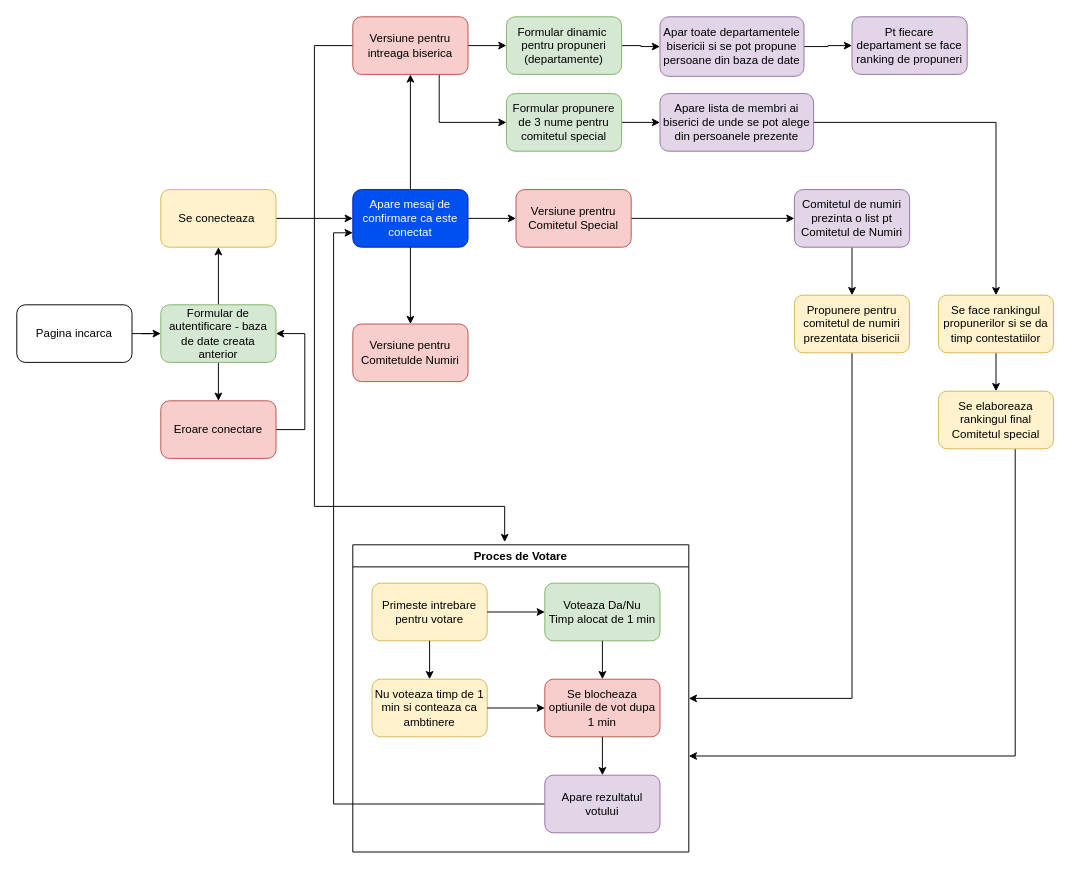
Earlier version of the draw.io diagram .github/Diagrama sin título.drawio (BogdanNecatu/diagramas). Source tidied: cells renumbered, new cells numbered last; positions are measured from the earlier drawing's top-left corner, leaving out a move shared by most shapes. Both pictures are drawn from the tidied source at 96%, with x=0, y=0 at pixel (16, 16).
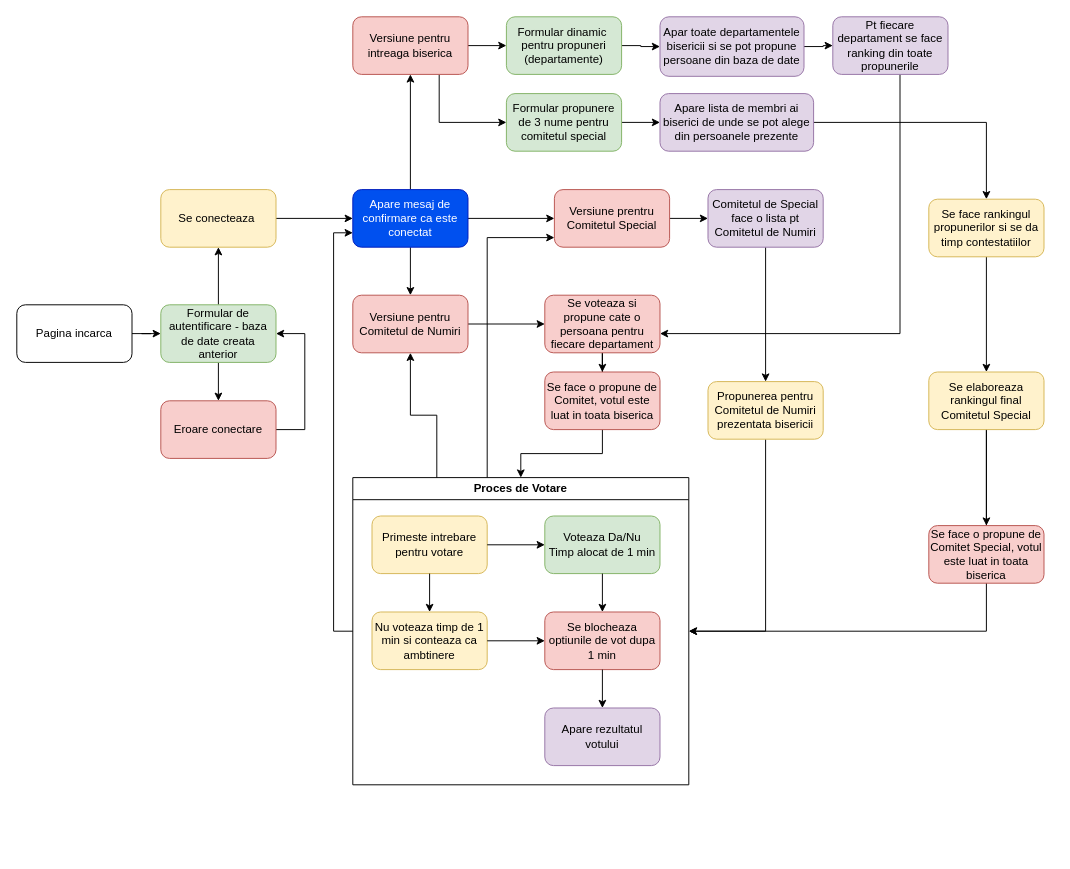
The same diagram, later.

Unchanged cells that the change refers to:
```xml
<mxCell id="12" value="Apare mesaj de confirmare ca este conectat" style="whiteSpace=wrap;html=1;rounded=1;fillColor=#0050ef;strokeColor=#001DBC;fontColor=#ffffff;" parent="1" vertex="1">
  <mxGeometry x="350" y="180" width="120" height="60" as="geometry" />
</mxCell>
<mxCell id="19" value="Apare lista de membri ai biserici de unde se pot alege din persoanele prezente" style="whiteSpace=wrap;html=1;fillColor=#e1d5e7;strokeColor=#9673a6;rounded=1;" parent="1" vertex="1">
  <mxGeometry x="670" y="80" width="160" height="60" as="geometry" />
</mxCell>
<mxCell id="36" value="Versiune pentru intreaga biserica" style="whiteSpace=wrap;html=1;fillColor=#f8cecc;strokeColor=#b85450;rounded=1;" parent="1" vertex="1">
  <mxGeometry x="350" width="120" height="60" as="geometry" />
</mxCell>
<mxCell id="43" value="Apare rezultatul votului" style="whiteSpace=wrap;html=1;fillColor=#e1d5e7;strokeColor=#9673a6;rounded=1;" parent="37" vertex="1">
  <mxGeometry x="200" y="240" width="120" height="60" as="geometry" />
</mxCell>
<mxCell id="48" value="Proces de Votare" style="swimlane;whiteSpace=wrap;html=1;" parent="37" vertex="1">
  <mxGeometry width="350" height="320" as="geometry" />
</mxCell>
```

Change to the diagram source:
```diff
@@
-    <mxCell id="15" style="edgeStyle=orthogonalEdgeStyle;rounded=0;jettySize=auto;html=1;entryX=0;entryY=0.75;entryDx=0;entryDy=0;" parent="1" edge="1" source="43" target="12">
-      <mxGeometry relative="1" as="geometry" />
-    </mxCell>
@@
     <mxCell id="18" style="edgeStyle=orthogonalEdgeStyle;rounded=0;jettySize=auto;html=1;" parent="1" edge="1" source="19" target="28">
-      <mxGeometry relative="1" as="geometry" />
+      <mxGeometry relative="1" as="geometry">
+        <Array as="points">
+          <mxPoint x="1010" y="110" />
+        </Array>
+      </mxGeometry>
     </mxCell>
@@
     <mxCell id="24" style="edgeStyle=orthogonalEdgeStyle;rounded=0;jettySize=auto;html=1;" parent="1" edge="1" source="25" target="48">
       <mxGeometry relative="1" as="geometry">
         <Array as="points">
-          <mxPoint x="870" y="710" />
+          <mxPoint x="780" y="640" />
         </Array>
       </mxGeometry>
     </mxCell>
-    <mxCell id="25" value="Propunere pentru comitetul de numiri prezentata bisericii" style="whiteSpace=wrap;html=1;fillColor=#fff2cc;strokeColor=#d6b656;rounded=1;" parent="1" vertex="1">
-      <mxGeometry x="810" y="290" width="120" height="60" as="geometry" />
+    <mxCell id="25" value="Propunerea pentru Comitetul de Numiri prezentata bisericii" style="whiteSpace=wrap;html=1;fillColor=#fff2cc;strokeColor=#d6b656;rounded=1;" parent="1" vertex="1">
+      <mxGeometry x="720" y="380" width="120" height="60" as="geometry" />
     </mxCell>
+    <mxCell id="52" style="edgeStyle=orthogonalEdgeStyle;rounded=0;jettySize=auto;html=1;" parent="1" edge="1" source="26" target="56">
+      <mxGeometry relative="1" as="geometry">
+        <Array as="points">
+          <mxPoint x="920" y="330" />
+        </Array>
+      </mxGeometry>
+    </mxCell>
-    <mxCell id="26" value="Pt fiecare departament se face ranking de propuneri" style="whiteSpace=wrap;html=1;fillColor=#e1d5e7;strokeColor=#9673a6;rounded=1;" parent="1" vertex="1">
-      <mxGeometry x="870" width="120" height="60" as="geometry" />
+    <mxCell id="26" value="Pt fiecare departament se face ranking din toate propunerile" style="whiteSpace=wrap;html=1;fillColor=#e1d5e7;strokeColor=#9673a6;rounded=1;" parent="1" vertex="1">
+      <mxGeometry x="850" width="120" height="60" as="geometry" />
     </mxCell>
@@
     <mxCell id="28" value="Se face rankingul propunerilor si se da timp contestatiilor" style="whiteSpace=wrap;html=1;fillColor=#fff2cc;strokeColor=#d6b656;rounded=1;" parent="1" vertex="1">
-      <mxGeometry x="960" y="290" width="120" height="60" as="geometry" />
+      <mxGeometry x="950" y="190" width="120" height="60" as="geometry" />
     </mxCell>
-    <mxCell id="29" style="edgeStyle=orthogonalEdgeStyle;rounded=0;jettySize=auto;html=1;" parent="1" edge="1" source="30">
+    <mxCell id="29" style="edgeStyle=orthogonalEdgeStyle;rounded=0;jettySize=auto;html=1;entryX=1;entryY=0.5;entryDx=0;entryDy=0;" parent="1" edge="1" source="30" target="48">
       <mxGeometry x="0.02" y="120" relative="1" as="geometry">
-        <mxPoint x="700" y="770" as="targetPoint" />
         <Array as="points">
-          <mxPoint x="1040" y="770" />
+          <mxPoint x="1010" y="640" />
         </Array>
       </mxGeometry>
     </mxCell>
+    <mxCell id="53" style="edgeStyle=orthogonalEdgeStyle;rounded=0;jettySize=auto;html=1;" parent="1" edge="1" source="30" target="62">
+      <mxGeometry relative="1" as="geometry" />
+    </mxCell>
-    <mxCell id="30" value="Se elaboreaza rankingul final Comitetul special" style="whiteSpace=wrap;html=1;fillColor=#fff2cc;strokeColor=#d6b656;rounded=1;" parent="1" vertex="1">
-      <mxGeometry x="960" y="390" width="120" height="60" as="geometry" />
+    <mxCell id="30" value="Se elaboreaza rankingul final Comitetul Special" style="whiteSpace=wrap;html=1;fillColor=#fff2cc;strokeColor=#d6b656;rounded=1;" parent="1" vertex="1">
+      <mxGeometry x="950" y="370" width="120" height="60" as="geometry" />
     </mxCell>
@@
-    <mxCell id="32" value="Comitetul de numiri prezinta o list pt Comitetul de Numiri" style="whiteSpace=wrap;html=1;fillColor=#e1d5e7;strokeColor=#9673a6;rounded=1;" parent="1" vertex="1">
-      <mxGeometry x="810" y="180" width="120" height="60" as="geometry" />
+    <mxCell id="32" value="Comitetul de Special face o lista pt Comitetul de Numiri" style="whiteSpace=wrap;html=1;fillColor=#e1d5e7;strokeColor=#9673a6;rounded=1;" parent="1" vertex="1">
+      <mxGeometry x="720" y="180" width="120" height="60" as="geometry" />
     </mxCell>
@@
-    <mxCell id="35" style="edgeStyle=orthogonalEdgeStyle;rounded=0;jettySize=auto;html=1;entryX=0.452;entryY=-0.009;entryDx=0;entryDy=0;entryPerimeter=0;" parent="1" edge="1" source="36" target="48">
-      <mxGeometry relative="1" as="geometry">
-        <Array as="points">
-          <mxPoint x="310" y="30" />
-          <mxPoint x="310" y="510" />
-          <mxPoint x="508" y="510" />
-        </Array>
-      </mxGeometry>
-    </mxCell>
@@
     <mxCell id="37" style="group;" parent="1" vertex="1">
-      <mxGeometry x="350" y="550" width="350" height="320" as="geometry" />
+      <mxGeometry x="350" y="480" width="350" height="320" as="geometry" />
     </mxCell>
@@
     <mxCell id="50" value="Versiune prentru Comitetul Special" style="whiteSpace=wrap;html=1;fillColor=#f8cecc;strokeColor=#b85450;rounded=1;" parent="1" vertex="1">
-      <mxGeometry x="520" y="180" width="120" height="60" as="geometry" />
+      <mxGeometry x="560" y="180" width="120" height="60" as="geometry" />
     </mxCell>
+    <mxCell id="54" style="edgeStyle=orthogonalEdgeStyle;rounded=0;jettySize=auto;html=1;" parent="1" edge="1" source="51" target="56">
+      <mxGeometry relative="1" as="geometry" />
+    </mxCell>
-    <mxCell id="51" value="Versiune pentru Comitetulde Numiri" style="whiteSpace=wrap;html=1;fillColor=#f8cecc;strokeColor=#b85450;rounded=1;" parent="1" vertex="1">
-      <mxGeometry x="350" y="320" width="120" height="60" as="geometry" />
+    <mxCell id="51" value="Versiune pentru Comitetul de Numiri" style="whiteSpace=wrap;html=1;fillColor=#f8cecc;strokeColor=#b85450;rounded=1;" parent="1" vertex="1">
+      <mxGeometry x="350" y="290" width="120" height="60" as="geometry" />
     </mxCell>
+    <mxCell id="55" style="edgeStyle=orthogonalEdgeStyle;rounded=0;jettySize=auto;html=1;" parent="1" edge="1" source="56" target="59">
+      <mxGeometry relative="1" as="geometry" />
+    </mxCell>
+    <mxCell id="56" value="Se voteaza si propune cate o persoana pentru fiecare departament" style="whiteSpace=wrap;html=1;fillColor=#f8cecc;strokeColor=#b85450;rounded=1;" parent="1" vertex="1">
+      <mxGeometry x="550" y="290" width="120" height="60" as="geometry" />
+    </mxCell>
+    <mxCell id="57" style="edgeStyle=orthogonalEdgeStyle;rounded=0;jettySize=auto;html=1;exitX=0.25;exitY=0;exitDx=0;exitDy=0;entryX=0.5;entryY=1;entryDx=0;entryDy=0;" parent="1" edge="1" source="48" target="51">
+      <mxGeometry relative="1" as="geometry" />
+    </mxCell>
+    <mxCell id="58" style="edgeStyle=orthogonalEdgeStyle;rounded=0;jettySize=auto;html=1;" parent="1" edge="1" source="59" target="48">
+      <mxGeometry relative="1" as="geometry" />
+    </mxCell>
+    <mxCell id="59" value="Se face o propune de Comitet, votul este luat in toata biserica" style="whiteSpace=wrap;html=1;fillColor=#f8cecc;strokeColor=#b85450;rounded=1;" parent="1" vertex="1">
+      <mxGeometry x="550" y="370" width="120" height="60" as="geometry" />
+    </mxCell>
+    <mxCell id="60" style="edgeStyle=orthogonalEdgeStyle;rounded=0;jettySize=auto;html=1;" parent="1" edge="1" source="48">
+      <mxGeometry relative="1" as="geometry">
+        <mxPoint x="560" y="230" as="targetPoint" />
+        <Array as="points">
+          <mxPoint x="490" y="230" />
+        </Array>
+      </mxGeometry>
+    </mxCell>
+    <mxCell id="61" style="edgeStyle=orthogonalEdgeStyle;rounded=0;jettySize=auto;html=1;exitX=0;exitY=0.5;exitDx=0;exitDy=0;entryX=0;entryY=0.75;entryDx=0;entryDy=0;" parent="1" edge="1" source="48" target="12">
+      <mxGeometry relative="1" as="geometry" />
+    </mxCell>
+    <mxCell id="62" value="Se face o propune de Comitet Special, votul este luat in toata biserica" style="whiteSpace=wrap;html=1;fillColor=#f8cecc;strokeColor=#b85450;rounded=1;" parent="1" vertex="1">
+      <mxGeometry x="950" y="530" width="120" height="60" as="geometry" />
+    </mxCell>
```
